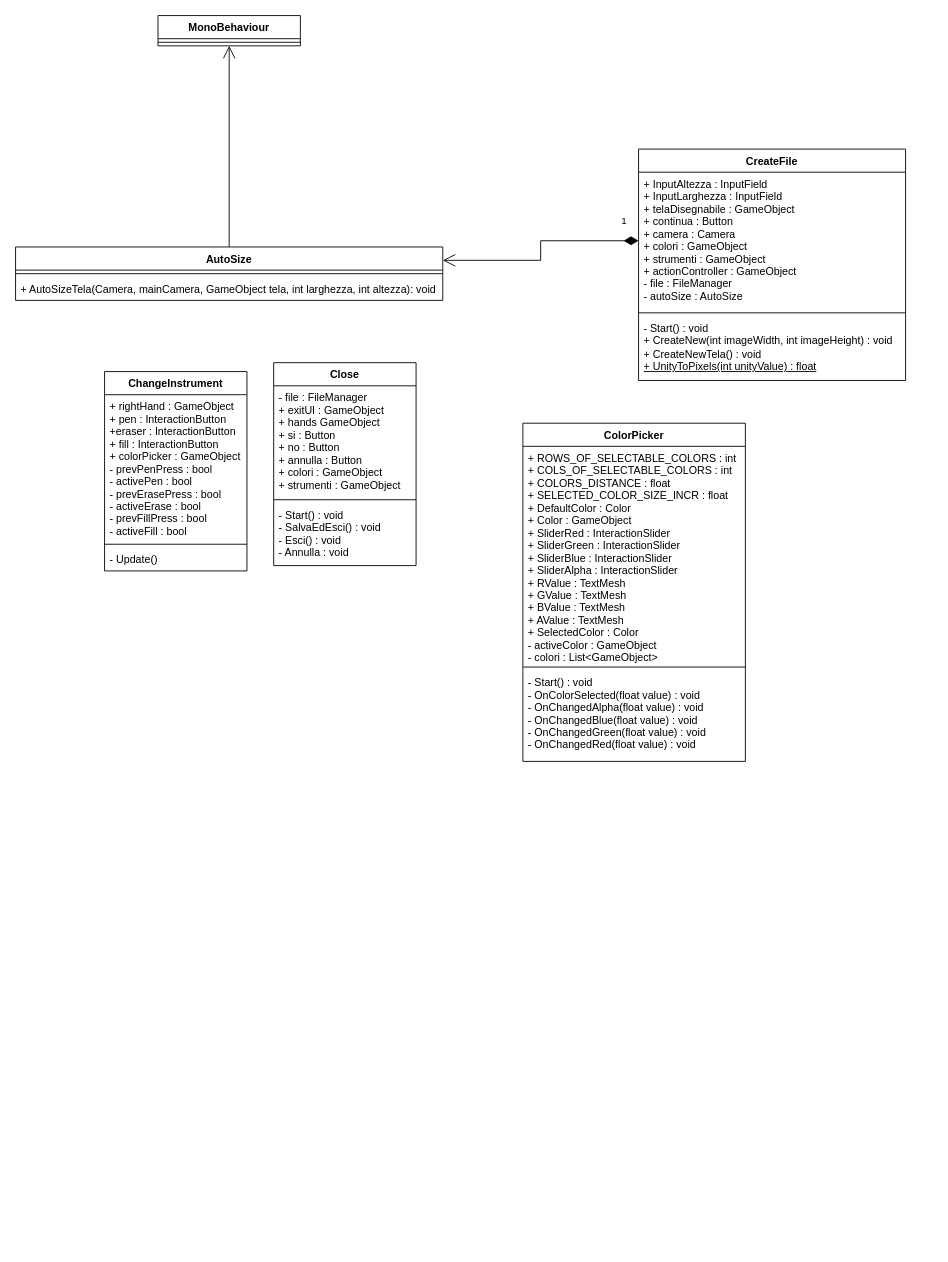
Before: Documentazione/ClassDiagram.drawio in LuMug/VirtualPainter, a draw.io diagram. Source tidied: cells renumbered, new cells numbered last; positions are measured from the earlier drawing's top-left corner, leaving out a move shared by most shapes. Both pictures are drawn from the tidied source at 89%, with x=0, y=0 at pixel (15, 15).
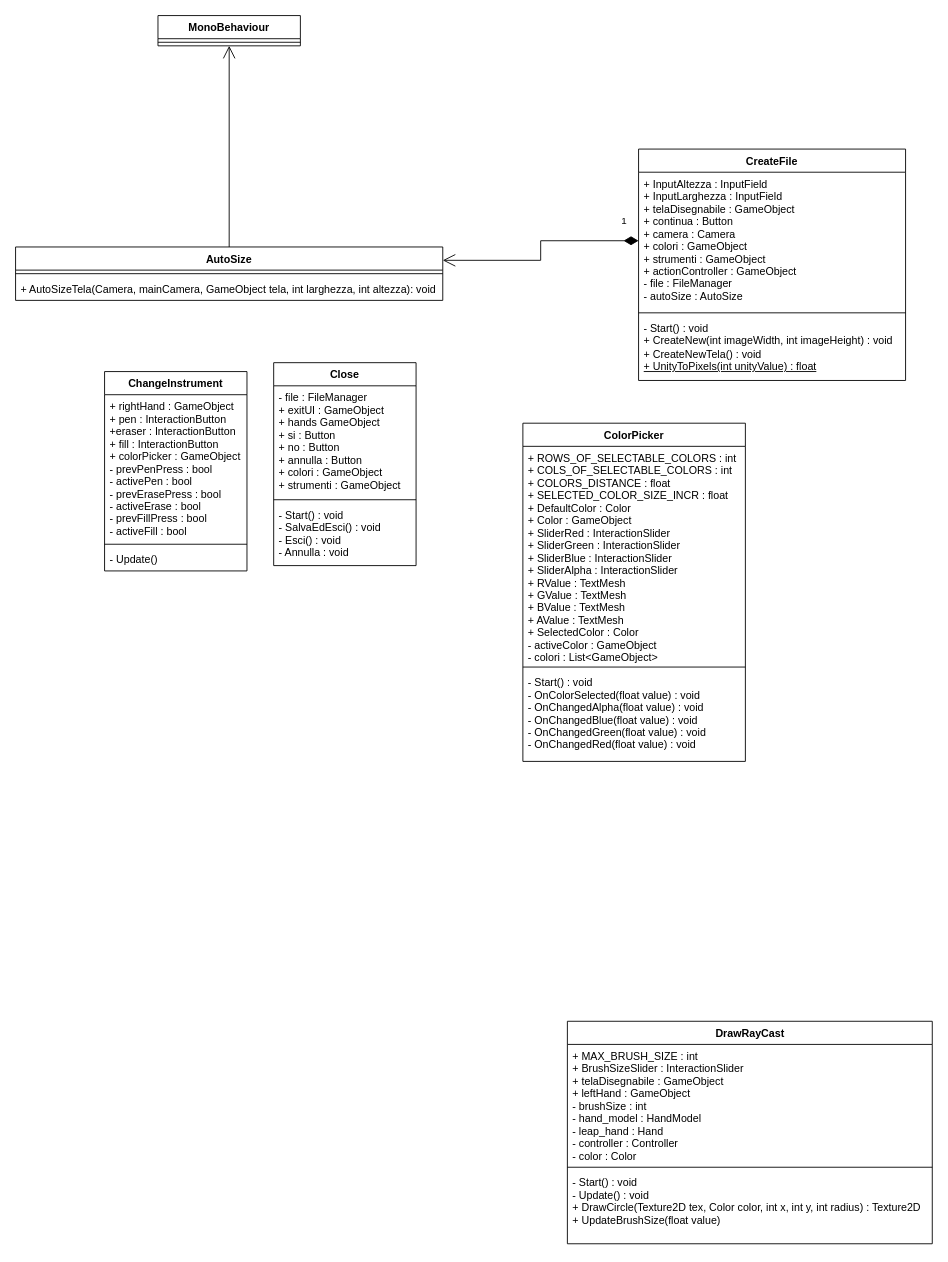
Above is the later version.

Diff of the diagram source:
```diff
@@
+    <mxCell id="25" value="DrawRayCast" style="swimlane;fontStyle=1;align=center;verticalAlign=top;horizontal=1;startSize=26;html=1;" parent="1" vertex="1">
+      <mxGeometry x="620" y="1130" width="410" height="250" as="geometry" />
+    </mxCell>
+    <mxCell id="26" value="+ MAX_BRUSH_SIZE : int&#10;+ BrushSizeSlider : InteractionSlider&#10;+ telaDisegnabile : GameObject&#10;+ leftHand : GameObject&#10;- brushSize : int&#10;- hand_model : HandModel&#10;- leap_hand : Hand&#10;- controller : Controller&#10;- color : Color&#10;&#10;" style="text;strokeColor=none;fillColor=none;align=left;verticalAlign=top;spacingLeft=4;spacingRight=4;overflow=hidden;" parent="25" vertex="1">
+      <mxGeometry y="26" width="410" height="134" as="geometry" />
+    </mxCell>
+    <mxCell id="27" style="line;strokeWidth=1;fillColor=none;align=left;verticalAlign=middle;spacingTop=-1;spacingLeft=3;spacingRight=3;labelPosition=right;" parent="25" vertex="1">
+      <mxGeometry y="160" width="410" height="8" as="geometry" />
+    </mxCell>
+    <mxCell id="28" value="- Start() : void&#10;- Update() : void&#10;+ DrawCircle(Texture2D tex, Color color, int x, int y, int radius) : Texture2D&#10;+ UpdateBrushSize(float value)&#10;&#10;" style="text;strokeColor=none;fillColor=none;align=left;verticalAlign=top;spacingLeft=4;spacingRight=4;overflow=hidden;" parent="25" vertex="1">
+      <mxGeometry y="168" width="410" height="82" as="geometry" />
+    </mxCell>
```
